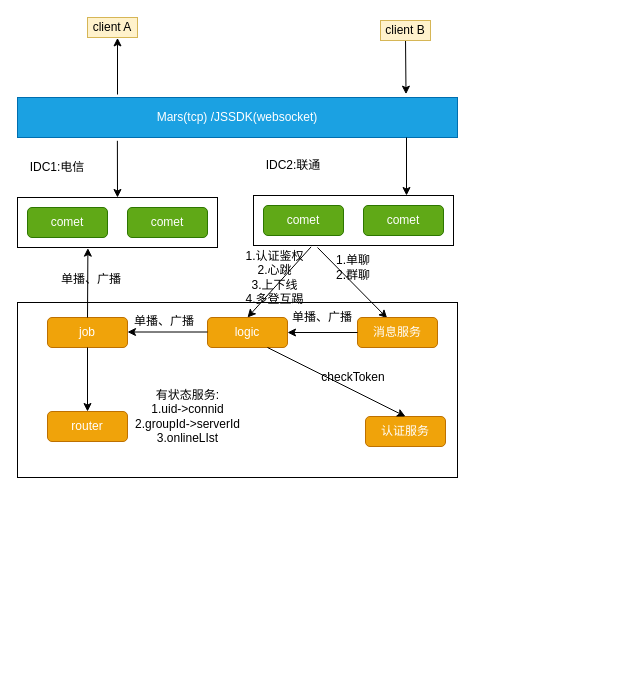
Earlier version of the draw.io diagram arch/goim/goim.drawio (zhangchuhu/drawio). Source tidied: cells renumbered, new cells numbered last; positions are measured from the earlier drawing's top-left corner, leaving out a move shared by most shapes. Both pictures are drawn from the tidied source at 100%, with x=0, y=0 at pixel (17, 17).
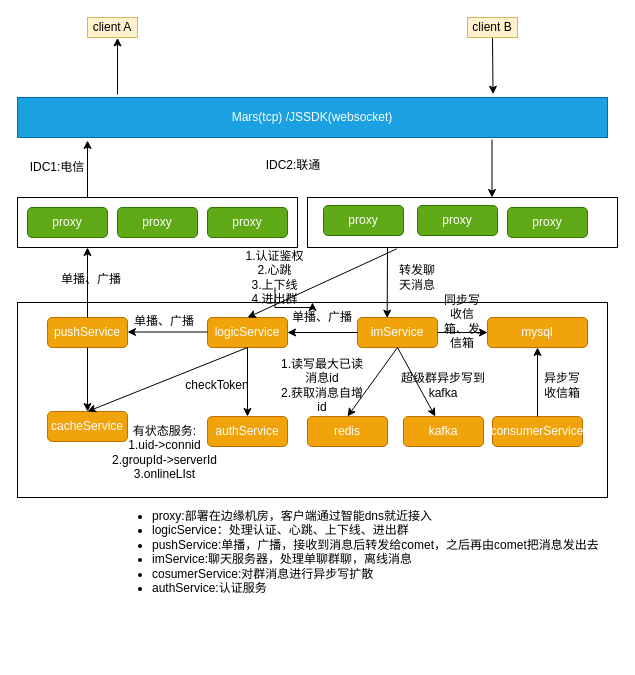
The same page after the edit.

The edit, as a diff of the source:
```diff
@@
     <mxCell id="2" style="rounded=0;whiteSpace=wrap;html=1;" parent="1" vertex="1">
-      <mxGeometry y="285" width="440" height="175" as="geometry" />
+      <mxGeometry y="285" width="590" height="195" as="geometry" />
     </mxCell>
     <mxCell id="3" style="rounded=0;whiteSpace=wrap;html=1;" parent="1" vertex="1">
-      <mxGeometry y="180" width="200" height="50" as="geometry" />
+      <mxGeometry y="180" width="280" height="50" as="geometry" />
     </mxCell>
     <mxCell id="4" value="Mars(tcp) /JSSDK(websocket)" style="rounded=0;whiteSpace=wrap;html=1;fillColor=#1ba1e2;strokeColor=#006EAF;fontColor=#ffffff;" parent="1" vertex="1">
-      <mxGeometry y="80" width="440" height="40" as="geometry" />
+      <mxGeometry y="80" width="590" height="40" as="geometry" />
     </mxCell>
-    <mxCell id="5" value="comet" style="rounded=1;whiteSpace=wrap;html=1;fillColor=#60a917;strokeColor=#2D7600;fontColor=#ffffff;" parent="1" vertex="1">
+    <mxCell id="5" value="proxy" style="rounded=1;whiteSpace=wrap;html=1;fillColor=#60a917;strokeColor=#2D7600;fontColor=#ffffff;" parent="1" vertex="1">
       <mxGeometry x="10" y="190" width="80" height="30" as="geometry" />
     </mxCell>
-    <mxCell id="6" value="comet" style="rounded=1;whiteSpace=wrap;html=1;fillColor=#60a917;strokeColor=#2D7600;fontColor=#ffffff;" parent="1" vertex="1">
-      <mxGeometry x="110" y="190" width="80" height="30" as="geometry" />
+    <mxCell id="6" value="proxy" style="rounded=1;whiteSpace=wrap;html=1;fillColor=#60a917;strokeColor=#2D7600;fontColor=#ffffff;" parent="1" vertex="1">
+      <mxGeometry x="100" y="190" width="80" height="30" as="geometry" />
     </mxCell>
@@
     <mxCell id="8" style="rounded=0;whiteSpace=wrap;html=1;" parent="1" vertex="1">
-      <mxGeometry x="236" y="178" width="200" height="50" as="geometry" />
+      <mxGeometry x="290" y="180" width="310" height="50" as="geometry" />
     </mxCell>
-    <mxCell id="9" value="comet" style="rounded=1;whiteSpace=wrap;html=1;fillColor=#60a917;strokeColor=#2D7600;fontColor=#ffffff;" parent="1" vertex="1">
-      <mxGeometry x="246" y="188" width="80" height="30" as="geometry" />
+    <mxCell id="9" value="proxy" style="rounded=1;whiteSpace=wrap;html=1;fillColor=#60a917;strokeColor=#2D7600;fontColor=#ffffff;" parent="1" vertex="1">
+      <mxGeometry x="306" y="188" width="80" height="30" as="geometry" />
     </mxCell>
-    <mxCell id="10" value="comet" style="rounded=1;whiteSpace=wrap;html=1;fillColor=#60a917;strokeColor=#2D7600;fontColor=#ffffff;" parent="1" vertex="1">
-      <mxGeometry x="346" y="188" width="80" height="30" as="geometry" />
+    <mxCell id="10" value="proxy" style="rounded=1;whiteSpace=wrap;html=1;fillColor=#60a917;strokeColor=#2D7600;fontColor=#ffffff;" parent="1" vertex="1">
+      <mxGeometry x="400" y="188" width="80" height="30" as="geometry" />
     </mxCell>
@@
-    <mxCell id="12" value="logic" style="rounded=1;whiteSpace=wrap;html=1;fillColor=#f0a30a;strokeColor=#BD7000;fontColor=#ffffff;" parent="1" vertex="1">
+    <mxCell id="12" value="logicService" style="rounded=1;whiteSpace=wrap;html=1;fillColor=#f0a30a;strokeColor=#BD7000;fontColor=#ffffff;" parent="1" vertex="1">
       <mxGeometry x="190" y="300" width="80" height="30" as="geometry" />
     </mxCell>
-    <mxCell id="13" value="router" style="rounded=1;whiteSpace=wrap;html=1;fillColor=#f0a30a;strokeColor=#BD7000;fontColor=#ffffff;" parent="1" vertex="1">
+    <mxCell id="13" value="cacheService" style="rounded=1;whiteSpace=wrap;html=1;fillColor=#f0a30a;strokeColor=#BD7000;fontColor=#ffffff;" parent="1" vertex="1">
       <mxGeometry x="30" y="394" width="80" height="30" as="geometry" />
     </mxCell>
-    <mxCell id="14" value="job" style="rounded=1;whiteSpace=wrap;html=1;fillColor=#f0a30a;strokeColor=#BD7000;fontColor=#ffffff;" parent="1" vertex="1">
+    <mxCell id="14" value="pushService" style="rounded=1;whiteSpace=wrap;html=1;fillColor=#f0a30a;strokeColor=#BD7000;fontColor=#ffffff;" parent="1" vertex="1">
       <mxGeometry x="30" y="300" width="80" height="30" as="geometry" />
     </mxCell>
@@
     <mxCell id="16" style="endArrow=classic;html=1;entryX=0.371;entryY=0.022;entryDx=0;entryDy=0;entryPerimeter=0;" parent="1" edge="1" target="18">
       <mxGeometry relative="1" as="geometry">
-        <mxPoint x="300" y="230" as="sourcePoint" />
+        <mxPoint x="370" y="230" as="sourcePoint" />
       </mxGeometry>
     </mxCell>
+    <mxCell id="37" style="edgeStyle=orthogonalEdgeStyle;rounded=0;jettySize=auto;html=1;" parent="1" edge="1" source="17" target="2">
+      <mxGeometry relative="1" as="geometry" />
+    </mxCell>
-    <mxCell id="17" value="1.认证鉴权&lt;br&gt;2.心跳&lt;br&gt;3.上下线&lt;br&gt;4.多登互踢" style="text;html=1;strokeColor=none;fillColor=none;align=center;verticalAlign=middle;whiteSpace=wrap;rounded=0;" parent="1" vertex="1">
+    <mxCell id="17" value="1.认证鉴权&lt;br&gt;2.心跳&lt;br&gt;3.上下线&lt;br&gt;4.进出群" style="text;html=1;strokeColor=none;fillColor=none;align=center;verticalAlign=middle;whiteSpace=wrap;rounded=0;" parent="1" vertex="1">
       <mxGeometry x="189" y="250" width="137" height="20" as="geometry" />
     </mxCell>
-    <mxCell id="18" value="消息服务" style="rounded=1;whiteSpace=wrap;html=1;fillColor=#f0a30a;strokeColor=#BD7000;fontColor=#ffffff;" parent="1" vertex="1">
+    <mxCell id="18" value="imService" style="rounded=1;whiteSpace=wrap;html=1;fillColor=#f0a30a;strokeColor=#BD7000;fontColor=#ffffff;" parent="1" vertex="1">
       <mxGeometry x="340" y="300" width="80" height="30" as="geometry" />
     </mxCell>
-    <mxCell id="19" value="1.单聊&lt;br&gt;2.群聊" style="text;html=1;strokeColor=none;fillColor=none;align=center;verticalAlign=middle;whiteSpace=wrap;rounded=0;" parent="1" vertex="1">
-      <mxGeometry x="316" y="240" width="40" height="20" as="geometry" />
+    <mxCell id="19" value="转发聊天消息" style="text;html=1;strokeColor=none;fillColor=none;align=center;verticalAlign=middle;whiteSpace=wrap;rounded=0;" parent="1" vertex="1">
+      <mxGeometry x="380" y="250" width="40" height="20" as="geometry" />
     </mxCell>
@@
-    <mxCell id="24" style="endArrow=classic;html=1;exitX=0.5;exitY=0;exitDx=0;exitDy=0;entryX=0.352;entryY=1.013;entryDx=0;entryDy=0;entryPerimeter=0;" parent="1" edge="1" source="14" target="3">
+    <mxCell id="24" style="endArrow=classic;html=1;exitX=0.5;exitY=0;exitDx=0;exitDy=0;entryX=0.25;entryY=1;entryDx=0;entryDy=0;" parent="1" edge="1" source="14" target="3">
       <mxGeometry relative="1" as="geometry" />
     </mxCell>
@@
-    <mxCell id="27" value="认证服务" style="rounded=1;whiteSpace=wrap;html=1;fillColor=#f0a30a;strokeColor=#BD7000;fontColor=#ffffff;" parent="1" vertex="1">
-      <mxGeometry x="348" y="399" width="80" height="30" as="geometry" />
+    <mxCell id="27" value="authService" style="rounded=1;whiteSpace=wrap;html=1;fillColor=#f0a30a;strokeColor=#BD7000;fontColor=#ffffff;" parent="1" vertex="1">
+      <mxGeometry x="190" y="399" width="80" height="30" as="geometry" />
     </mxCell>
-    <mxCell id="28" style="endArrow=classic;html=1;entryX=0.5;entryY=0;entryDx=0;entryDy=0;exitX=0.75;exitY=1;exitDx=0;exitDy=0;" parent="1" edge="1" source="12" target="27">
+    <mxCell id="28" style="endArrow=classic;html=1;entryX=0.5;entryY=0;entryDx=0;entryDy=0;exitX=0.5;exitY=1;exitDx=0;exitDy=0;" parent="1" edge="1" source="12" target="27">
       <mxGeometry relative="1" as="geometry" />
     </mxCell>
     <mxCell id="29" value="checkToken" style="text;html=1;strokeColor=none;fillColor=none;align=center;verticalAlign=middle;whiteSpace=wrap;rounded=0;" parent="1" vertex="1">
-      <mxGeometry x="316" y="350" width="40" height="20" as="geometry" />
+      <mxGeometry x="180" y="357.5" width="40" height="20" as="geometry" />
     </mxCell>
     <mxCell id="30" value="有状态服务:&lt;br&gt;1.uid-&amp;gt;connid&lt;br&gt;2.groupId-&amp;gt;serverId&lt;br&gt;3.onlineLIst" style="text;html=1;strokeColor=none;fillColor=none;align=center;verticalAlign=middle;whiteSpace=wrap;rounded=0;" parent="1" vertex="1">
-      <mxGeometry x="109" y="374" width="123" height="50" as="geometry" />
+      <mxGeometry x="85.5" y="410" width="123" height="50" as="geometry" />
     </mxCell>
-    <mxCell id="31" style="endArrow=classic;html=1;entryX=0.5;entryY=0;entryDx=0;entryDy=0;exitX=0.227;exitY=1.083;exitDx=0;exitDy=0;exitPerimeter=0;" parent="1" edge="1" source="4" target="3">
-      <mxGeometry relative="1" as="geometry" />
+    <mxCell id="31" style="endArrow=classic;html=1;exitX=0.25;exitY=0;exitDx=0;exitDy=0;" parent="1" edge="1" source="3">
+      <mxGeometry relative="1" as="geometry">
+        <mxPoint x="70" y="123" as="targetPoint" />
+      </mxGeometry>
     </mxCell>
     <mxCell id="32" style="endArrow=classic;html=1;entryX=0.75;entryY=0;entryDx=0;entryDy=0;" parent="1" edge="1">
       <mxGeometry relative="1" as="geometry">
-        <mxPoint x="389" y="120" as="sourcePoint" />
-        <mxPoint x="389" y="178" as="targetPoint" />
+        <mxPoint x="474.5" y="122" as="sourcePoint" />
+        <mxPoint x="474.5" y="180" as="targetPoint" />
       </mxGeometry>
     </mxCell>
@@
-    <mxCell id="34" style="endArrow=classic;html=1;exitX=0.5;exitY=1;exitDx=0;exitDy=0;entryX=0.883;entryY=-0.083;entryDx=0;entryDy=0;entryPerimeter=0;" parent="1" edge="1" target="4">
-      <mxGeometry relative="1" as="geometry">
-        <mxPoint x="388" y="20.4" as="sourcePoint" />
-      </mxGeometry>
+    <mxCell id="34" style="endArrow=classic;html=1;exitX=0.5;exitY=1;exitDx=0;exitDy=0;entryX=0.806;entryY=-0.083;entryDx=0;entryDy=0;entryPerimeter=0;" parent="1" edge="1" source="36" target="4">
+      <mxGeometry relative="1" as="geometry" />
     </mxCell>
@@
     <mxCell id="36" value="client B" style="rounded=0;whiteSpace=wrap;html=1;fillColor=#fff2cc;strokeColor=#d6b656;" parent="1" vertex="1">
-      <mxGeometry x="363" y="3" width="50" height="20" as="geometry" />
+      <mxGeometry x="450" width="50" height="20" as="geometry" />
     </mxCell>
+    <mxCell id="38" style="edgeStyle=orthogonalEdgeStyle;rounded=0;orthogonalLoop=1;jettySize=auto;html=1;exitX=0.5;exitY=1;exitDx=0;exitDy=0;" parent="1" edge="1" source="29" target="29">
+      <mxGeometry relative="1" as="geometry" />
+    </mxCell>
+    <mxCell id="39" value="kafka" style="rounded=1;whiteSpace=wrap;html=1;fillColor=#f0a30a;strokeColor=#BD7000;fontColor=#ffffff;" parent="1" vertex="1">
+      <mxGeometry x="386" y="399" width="80" height="30" as="geometry" />
+    </mxCell>
+    <mxCell id="40" value="mysql" style="rounded=1;whiteSpace=wrap;html=1;fillColor=#f0a30a;strokeColor=#BD7000;fontColor=#ffffff;" parent="1" vertex="1">
+      <mxGeometry x="470" y="300" width="100" height="30" as="geometry" />
+    </mxCell>
+    <mxCell id="41" value="redis" style="rounded=1;whiteSpace=wrap;html=1;fillColor=#f0a30a;strokeColor=#BD7000;fontColor=#ffffff;" parent="1" vertex="1">
+      <mxGeometry x="290" y="399" width="80" height="30" as="geometry" />
+    </mxCell>
+    <mxCell id="42" value="consumerService" style="rounded=1;whiteSpace=wrap;html=1;fillColor=#f0a30a;strokeColor=#BD7000;fontColor=#ffffff;" parent="1" vertex="1">
+      <mxGeometry x="475" y="399" width="90" height="30" as="geometry" />
+    </mxCell>
+    <mxCell id="43" style="endArrow=classic;html=1;exitX=0.5;exitY=1;exitDx=0;exitDy=0;" parent="1" edge="1" source="18" target="39">
+      <mxGeometry relative="1" as="geometry" />
+    </mxCell>
+    <mxCell id="44" style="endArrow=classic;html=1;exitX=1;exitY=0.5;exitDx=0;exitDy=0;" parent="1" edge="1" source="18" target="40">
+      <mxGeometry relative="1" as="geometry" />
+    </mxCell>
+    <mxCell id="45" style="endArrow=classic;html=1;exitX=0.5;exitY=0;exitDx=0;exitDy=0;entryX=0.5;entryY=1;entryDx=0;entryDy=0;" parent="1" edge="1" source="42" target="40">
+      <mxGeometry relative="1" as="geometry" />
+    </mxCell>
+    <mxCell id="46" value="proxy" style="rounded=1;whiteSpace=wrap;html=1;fillColor=#60a917;strokeColor=#2D7600;fontColor=#ffffff;" parent="1" vertex="1">
+      <mxGeometry x="490" y="190" width="80" height="30" as="geometry" />
+    </mxCell>
+    <mxCell id="47" value="proxy" style="rounded=1;whiteSpace=wrap;html=1;fillColor=#60a917;strokeColor=#2D7600;fontColor=#ffffff;" parent="1" vertex="1">
+      <mxGeometry x="190" y="190" width="80" height="30" as="geometry" />
+    </mxCell>
+    <mxCell id="48" style="endArrow=classic;html=1;entryX=0.5;entryY=0;entryDx=0;entryDy=0;" parent="1" edge="1" target="41">
+      <mxGeometry relative="1" as="geometry">
+        <mxPoint x="380" y="330" as="sourcePoint" />
+      </mxGeometry>
+    </mxCell>
+    <mxCell id="49" value="1.读写最大已读消息id&lt;br&gt;2.获取消息自增id" style="text;html=1;strokeColor=none;fillColor=none;align=center;verticalAlign=middle;whiteSpace=wrap;rounded=0;" parent="1" vertex="1">
+      <mxGeometry x="260" y="357.5" width="90" height="20" as="geometry" />
+    </mxCell>
+    <mxCell id="50" style="edgeStyle=orthogonalEdgeStyle;rounded=0;orthogonalLoop=1;jettySize=auto;html=1;exitX=0.5;exitY=1;exitDx=0;exitDy=0;" parent="1" edge="1" source="49" target="49">
+      <mxGeometry relative="1" as="geometry" />
+    </mxCell>
+    <mxCell id="51" value="超级群异步写到kafka" style="text;html=1;strokeColor=none;fillColor=none;align=center;verticalAlign=middle;whiteSpace=wrap;rounded=0;" parent="1" vertex="1">
+      <mxGeometry x="381" y="357.5" width="90" height="20" as="geometry" />
+    </mxCell>
+    <mxCell id="52" value="异步写收信箱" style="text;html=1;strokeColor=none;fillColor=none;align=center;verticalAlign=middle;whiteSpace=wrap;rounded=0;" parent="1" vertex="1">
+      <mxGeometry x="525" y="357.5" width="40" height="20" as="geometry" />
+    </mxCell>
+    <mxCell id="53" value="同步写收信箱、发信箱" style="text;html=1;strokeColor=none;fillColor=none;align=center;verticalAlign=middle;whiteSpace=wrap;rounded=0;" parent="1" vertex="1">
+      <mxGeometry x="425" y="294" width="40" height="20" as="geometry" />
+    </mxCell>
+    <mxCell id="54" value="&lt;div style=&quot;text-align: justify&quot;&gt;&lt;ul&gt;&lt;li&gt;&lt;span style=&quot;font-weight: normal&quot;&gt;&lt;font style=&quot;font-size: 12px&quot;&gt;proxy:部署在边缘机房，客户端通过智能dns就近接入&lt;/font&gt;&lt;/span&gt;&lt;/li&gt;&lt;li&gt;&lt;span&gt;logicService：处理认证、心跳、上下线、进出群&lt;/span&gt;&lt;/li&gt;&lt;li&gt;&lt;span&gt;pushService:单播，广播，接收到消息后转发给comet，之后再由comet把消息发出去&lt;/span&gt;&lt;/li&gt;&lt;li&gt;imService:聊天服务器，处理单聊群聊，离线消息&lt;/li&gt;&lt;li&gt;cosumerService:对群消息进行异步写扩散&lt;/li&gt;&lt;li&gt;&lt;span&gt;authService:认证服务&lt;/span&gt;&lt;/li&gt;&lt;/ul&gt;&lt;/div&gt;&lt;div style=&quot;text-align: justify&quot;&gt;&lt;span style=&quot;font-weight: normal&quot;&gt;&lt;font style=&quot;font-size: 12px&quot;&gt;&lt;br&gt;&lt;/font&gt;&lt;/span&gt;&lt;/div&gt;" style="text;html=1;strokeColor=none;fillColor=none;spacing=5;spacingTop=-20;whiteSpace=wrap;overflow=hidden;rounded=0;" parent="1" vertex="1">
+      <mxGeometry x="90" y="490" width="500" height="150" as="geometry" />
+    </mxCell>
+    <mxCell id="55" style="endArrow=classic;html=1;entryX=0.5;entryY=0;entryDx=0;entryDy=0;" parent="1" edge="1" target="13">
+      <mxGeometry relative="1" as="geometry">
+        <mxPoint x="230" y="330" as="sourcePoint" />
+      </mxGeometry>
+    </mxCell>
```
